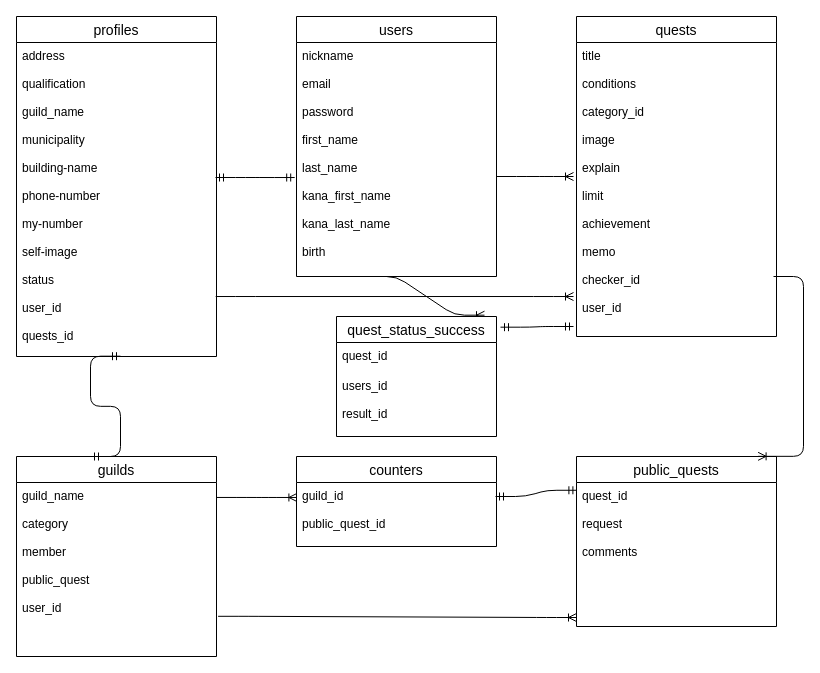
The draw.io diagram ER.dio in Satota2048/quest_app, before the edit. Source tidied: cells renumbered, new cells numbered last; positions are measured from the earlier drawing's top-left corner, leaving out a move shared by most shapes. Both pictures are drawn from the tidied source at 100%, with x=0, y=0 at pixel (16, 16).
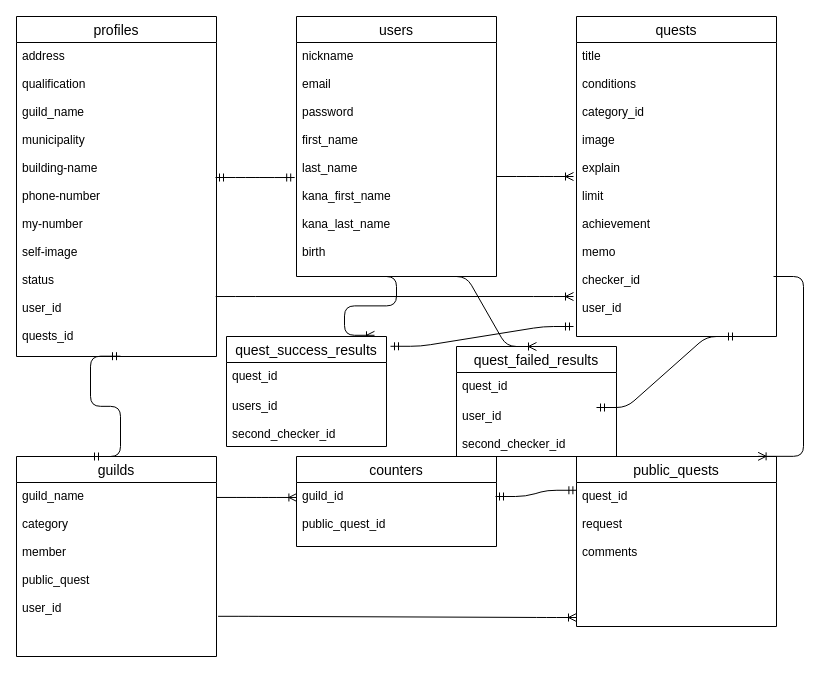
The same diagram, later.

Change to the diagram source:
```diff
@@
-    <mxCell id="23" value="quest_status_success" style="swimlane;fontStyle=0;horizontal=1;startSize=26;align=center;fontSize=14;" parent="1" vertex="1">
-      <mxGeometry x="320" y="300" width="160" height="120" as="geometry" />
+    <mxCell id="23" value="quest_success_results" style="swimlane;fontStyle=0;horizontal=1;startSize=26;align=center;fontSize=14;" parent="1" vertex="1">
+      <mxGeometry x="210" y="320" width="160" height="110" as="geometry" />
     </mxCell>
@@
-    <mxCell id="25" value="users_id&#10;&#10;result_id" style="text;strokeColor=none;fillColor=none;spacingLeft=4;spacingRight=4;overflow=hidden;fontSize=12;" parent="23" vertex="1">
-      <mxGeometry y="56" width="160" height="64" as="geometry" />
+    <mxCell id="25" value="users_id&#10;&#10;second_checker_id" style="text;strokeColor=none;fillColor=none;spacingLeft=4;spacingRight=4;overflow=hidden;fontSize=12;" parent="23" vertex="1">
+      <mxGeometry y="56" width="160" height="54" as="geometry" />
     </mxCell>
@@
+    <mxCell id="27" value="quest_failed_results" style="swimlane;fontStyle=0;horizontal=1;startSize=26;align=center;fontSize=14;" parent="1" vertex="1">
+      <mxGeometry x="440" y="330" width="160" height="110" as="geometry" />
+    </mxCell>
+    <mxCell id="28" value="quest_id" style="text;strokeColor=none;fillColor=none;spacingLeft=4;spacingRight=4;overflow=hidden;fontSize=12;" parent="27" vertex="1">
+      <mxGeometry y="26" width="160" height="30" as="geometry" />
+    </mxCell>
+    <mxCell id="29" value="user_id&#10;&#10;second_checker_id" style="text;strokeColor=none;fillColor=none;spacingLeft=4;spacingRight=4;overflow=hidden;fontSize=12;" parent="27" vertex="1">
+      <mxGeometry y="56" width="160" height="54" as="geometry" />
+    </mxCell>
+    <mxCell id="30" style="edgeStyle=entityRelationEdgeStyle;fontSize=12;html=1;endArrow=ERoneToMany;entryX=0.5;entryY=0;entryDx=0;entryDy=0;" parent="1" edge="1" target="27">
+      <mxGeometry relative="1" as="geometry">
+        <mxPoint x="420" y="260" as="sourcePoint" />
+      </mxGeometry>
+    </mxCell>
+    <mxCell id="31" style="edgeStyle=entityRelationEdgeStyle;fontSize=12;html=1;endArrow=ERmandOne;startArrow=ERmandOne;" parent="1" edge="1">
+      <mxGeometry relative="1" as="geometry">
+        <mxPoint x="580" y="391" as="sourcePoint" />
+        <mxPoint x="720" y="320" as="targetPoint" />
+      </mxGeometry>
+    </mxCell>
```
